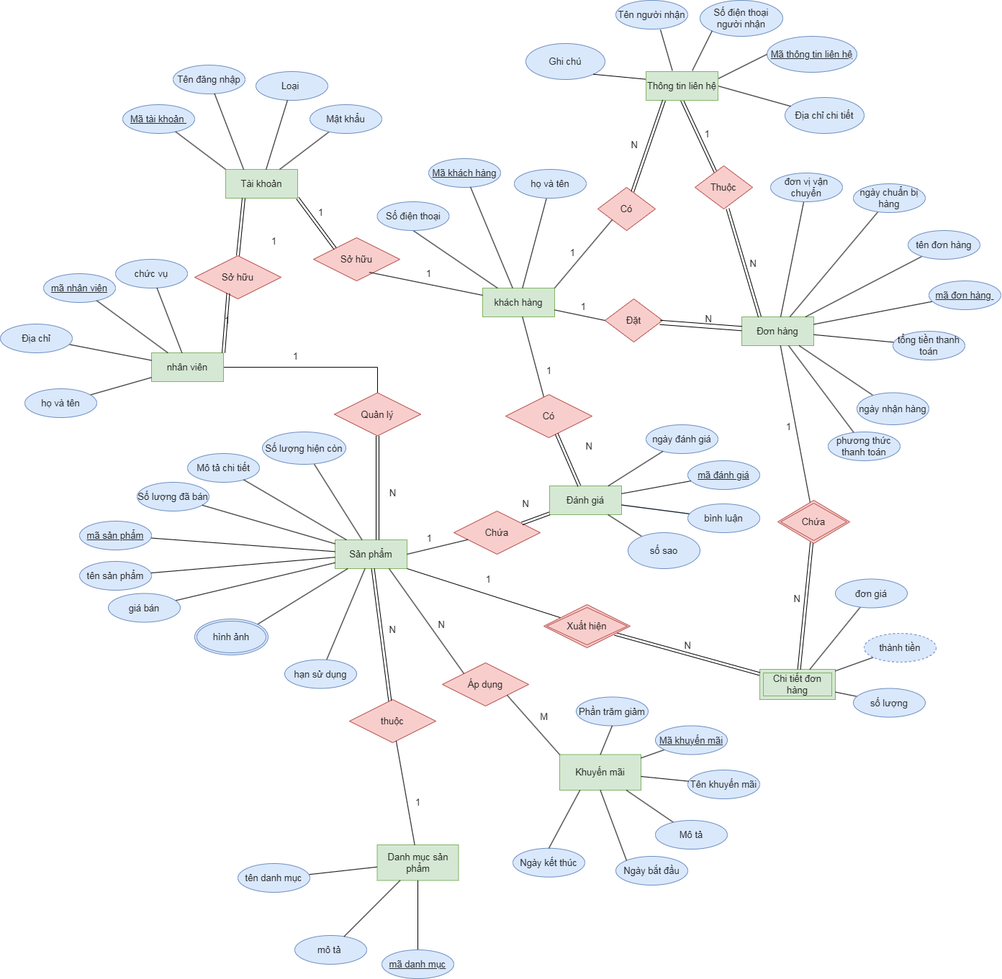
Before: erd.drawio.png, a diagram exported from draw.io (weinguyen/SieuThiDuyGo). Source tidied: cells renumbered, new cells last; positions are measured from the earlier drawing's top-left corner, leaving out a move shared by most shapes.
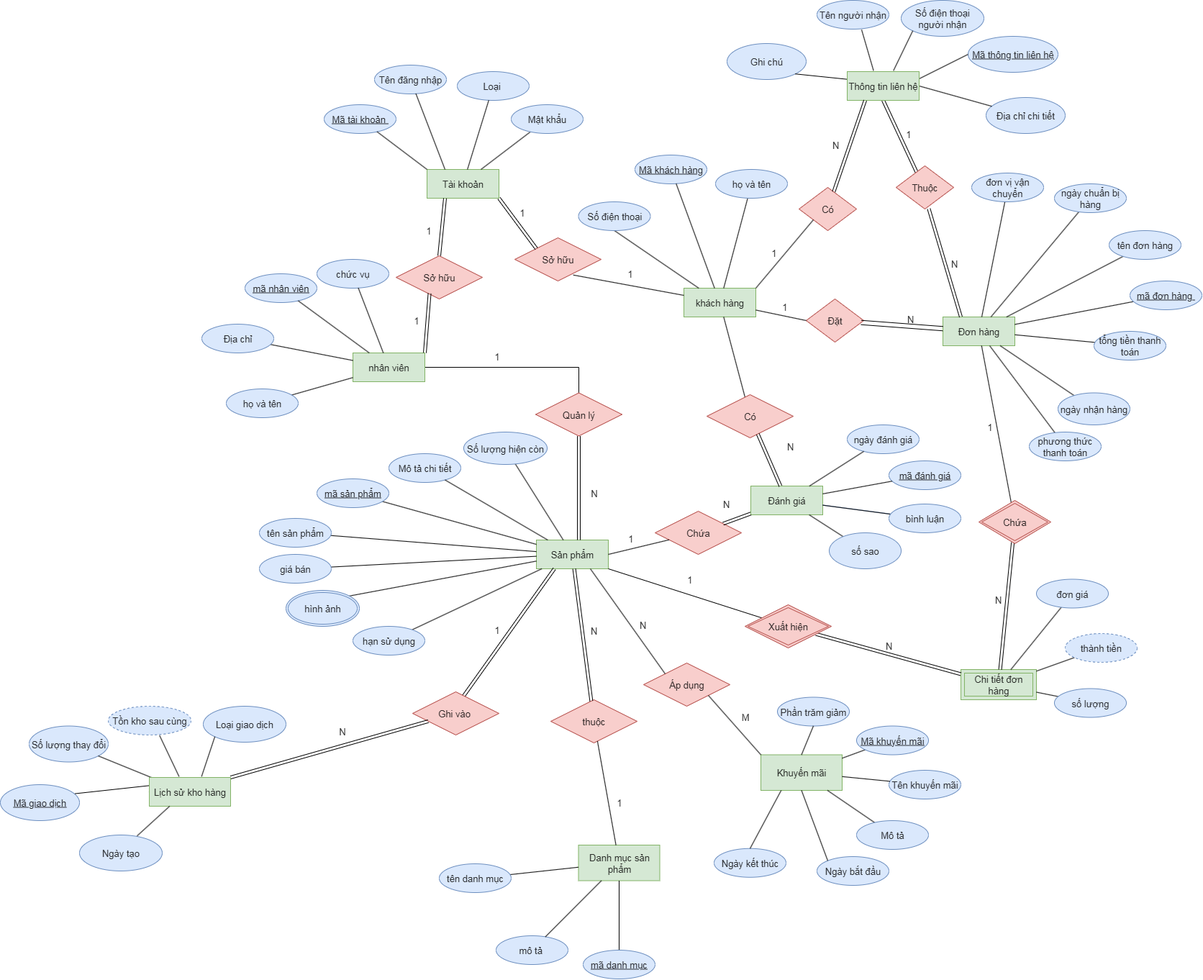
After the change.

Change to the diagram source:
```diff
@@ -12,7 +12,7 @@
       <mxGeometry x="523.5" y="1174" width="113" height="49.5" as="geometry" />
     </mxCell>
     <mxCell id="5" value="&lt;u&gt;Mã khách hàng&lt;/u&gt;" style="ellipse;whiteSpace=wrap;html=1;align=center;fillColor=#dae8fc;strokeColor=#6c8ebf;fontSize=13;textOpacity=80;spacingTop=0;" parent="1" vertex="1">
-      <mxGeometry x="595" y="220" width="100" height="40" as="geometry" />
+      <mxGeometry x="602" y="215" width="100" height="40" as="geometry" />
     </mxCell>
     <mxCell id="6" style="endArrow=none;html=1;rounded=0;fontSize=13;textOpacity=80;spacingTop=0;" parent="1" edge="1" source="5" target="2">
       <mxGeometry relative="1" as="geometry" />
@@ -51,7 +51,7 @@
       <mxGeometry relative="1" as="geometry" />
     </mxCell>
     <mxCell id="18" value="&lt;u&gt;mã sản phẩm&lt;/u&gt;" style="ellipse;whiteSpace=wrap;html=1;align=center;fillColor=#dae8fc;strokeColor=#6c8ebf;fontSize=13;textOpacity=80;spacingTop=0;" parent="1" vertex="1">
-      <mxGeometry x="110" y="724" width="100" height="40" as="geometry" />
+      <mxGeometry x="160" y="665" width="100" height="40" as="geometry" />
     </mxCell>
     <mxCell id="19" value="Mô tả chi tiết" style="ellipse;whiteSpace=wrap;html=1;align=center;fillColor=#dae8fc;strokeColor=#6c8ebf;fontSize=13;textOpacity=80;spacingTop=0;" parent="1" vertex="1">
       <mxGeometry x="260" y="630" width="100" height="40" as="geometry" />
@@ -63,7 +63,7 @@
       <mxGeometry relative="1" as="geometry" />
     </mxCell>
     <mxCell id="22" value="tên sản phẩm" style="ellipse;whiteSpace=wrap;html=1;align=center;fillColor=#dae8fc;strokeColor=#6c8ebf;fontSize=13;textOpacity=80;spacingTop=0;" parent="1" vertex="1">
-      <mxGeometry x="110" y="780" width="100" height="40" as="geometry" />
+      <mxGeometry x="80" y="720" width="100" height="40" as="geometry" />
     </mxCell>
     <mxCell id="23" style="endArrow=none;html=1;rounded=0;fontSize=13;textOpacity=80;spacingTop=0;" parent="1" edge="1" source="3" target="24">
       <mxGeometry relative="1" as="geometry" />
@@ -75,7 +75,7 @@
       <mxGeometry relative="1" as="geometry" />
     </mxCell>
     <mxCell id="26" value="giá bán" style="ellipse;whiteSpace=wrap;html=1;align=center;fillColor=#dae8fc;strokeColor=#6c8ebf;fontSize=13;textOpacity=80;spacingTop=0;" parent="1" vertex="1">
-      <mxGeometry x="150" y="824.5" width="100" height="40" as="geometry" />
+      <mxGeometry x="80" y="770" width="100" height="40" as="geometry" />
     </mxCell>
     <mxCell id="27" style="endArrow=none;html=1;rounded=0;fontSize=13;textOpacity=80;spacingTop=0;" parent="1" edge="1" source="28" target="11">
       <mxGeometry relative="1" as="geometry" />
@@ -110,12 +110,6 @@
     <mxCell id="37" value="đơn vị vận chuyển" style="ellipse;whiteSpace=wrap;html=1;align=center;fillColor=#dae8fc;strokeColor=#6c8ebf;fontSize=13;textOpacity=80;spacingTop=0;" parent="1" vertex="1">
       <mxGeometry x="1070" y="240" width="100" height="40" as="geometry" />
     </mxCell>
-    <mxCell id="38" value="Số lượng đã bán" style="ellipse;whiteSpace=wrap;html=1;align=center;fillColor=#dae8fc;strokeColor=#6c8ebf;fontSize=13;textOpacity=80;spacingTop=0;" parent="1" vertex="1">
-      <mxGeometry x="190" y="670" width="100" height="40" as="geometry" />
-    </mxCell>
-    <mxCell id="39" style="endArrow=none;html=1;rounded=0;fontSize=13;textOpacity=80;spacingTop=0;" parent="1" edge="1" source="3" target="38">
-      <mxGeometry relative="1" as="geometry" />
-    </mxCell>
     <mxCell id="40" style="endArrow=none;html=1;rounded=0;fontSize=13;textOpacity=80;entryX=1;entryY=0;entryDx=0;entryDy=0;spacingTop=0;" parent="1" edge="1" source="3" target="89">
       <mxGeometry relative="1" as="geometry" />
     </mxCell>
@@ -123,7 +117,7 @@
       <mxGeometry relative="1" as="geometry" />
     </mxCell>
     <mxCell id="42" value="hạn sử dụng" style="ellipse;whiteSpace=wrap;html=1;align=center;fillColor=#dae8fc;strokeColor=#6c8ebf;fontSize=13;textOpacity=80;spacingTop=0;" parent="1" vertex="1">
-      <mxGeometry x="395" y="916.5" width="100" height="40" as="geometry" />
+      <mxGeometry x="210" y="870" width="100" height="40" as="geometry" />
     </mxCell>
     <mxCell id="43" value="Đánh giá" style="whiteSpace=wrap;html=1;align=center;fillColor=#d5e8d4;strokeColor=#82b366;fontSize=13;textOpacity=80;spacingTop=0;" parent="1" vertex="1">
       <mxGeometry x="763" y="675" width="100" height="40" as="geometry" />
@@ -243,9 +237,6 @@
         <mxPoint x="19" y="-45" as="offset" />
       </mxGeometry>
     </mxCell>
-    <mxCell id="79" value="1" style="text;html=1;align=center;verticalAlign=middle;strokeColor=none;fillColor=none;fontSize=13;textOpacity=80;spacingTop=0;" parent="1" vertex="1">
-      <mxGeometry x="747" y="500" width="30" height="30" as="geometry" />
-    </mxCell>
     <mxCell id="80" style="endArrow=none;html=1;rounded=0;fontSize=13;startSize=8;endSize=8;curved=1;textOpacity=80;exitX=1;exitY=1;exitDx=0;exitDy=0;spacingTop=0;" parent="1" edge="1" source="3" target="83">
       <mxGeometry relative="1" as="geometry" />
     </mxCell>
@@ -276,7 +267,7 @@
       <mxGeometry x="1200" y="880" width="100" height="40" as="geometry" />
     </mxCell>
     <mxCell id="89" value="hình ảnh" style="ellipse;shape=doubleEllipse;margin=3;whiteSpace=wrap;html=1;align=center;fillColor=#dae8fc;strokeColor=#6c8ebf;fontSize=13;textOpacity=80;spacingTop=0;" parent="1" vertex="1">
-      <mxGeometry x="270" y="860" width="102" height="50" as="geometry" />
+      <mxGeometry x="117" y="820" width="102" height="50" as="geometry" />
     </mxCell>
     <mxCell id="90" style="edgeStyle=orthogonalEdgeStyle;rounded=0;jettySize=auto;html=1;endArrow=none;startFill=0;fontSize=13;spacingTop=0;" parent="1" edge="1" source="91" target="99">
       <mxGeometry relative="1" as="geometry" />
@@ -356,10 +347,10 @@
       <mxGeometry relative="1" as="geometry" />
     </mxCell>
     <mxCell id="114" value="1" style="text;html=1;align=center;verticalAlign=middle;strokeColor=none;fillColor=none;fontSize=13;textOpacity=80;spacingTop=0;" parent="1" vertex="1">
-      <mxGeometry x="300" y="430" width="30" height="30" as="geometry" />
+      <mxGeometry x="283" y="430" width="30" height="30" as="geometry" />
     </mxCell>
     <mxCell id="115" value="1" style="text;html=1;align=center;verticalAlign=middle;strokeColor=none;fillColor=none;fontSize=13;textOpacity=80;spacingTop=0;" parent="1" vertex="1">
-      <mxGeometry x="365" y="320" width="30" height="30" as="geometry" />
+      <mxGeometry x="300" y="305" width="30" height="30" as="geometry" />
     </mxCell>
     <mxCell id="116" value="1" style="text;html=1;align=center;verticalAlign=middle;strokeColor=none;fillColor=none;fontSize=13;textOpacity=80;spacingTop=0;" parent="1" vertex="1">
       <mxGeometry x="395" y="480" width="30" height="30" as="geometry" />
@@ -370,7 +361,7 @@
     <mxCell id="118" style="endArrow=none;html=1;rounded=0;entryX=0;entryY=0;entryDx=0;entryDy=0;exitX=1;exitY=1;exitDx=0;exitDy=0;shape=link;fontSize=13;spacingTop=0;" parent="1" edge="1" source="101" target="111">
       <mxGeometry relative="1" as="geometry" />
     </mxCell>
-    <mxCell id="119" style="endArrow=none;html=1;rounded=0;entryX=0;entryY=0.25;entryDx=0;entryDy=0;exitX=0.646;exitY=0.801;exitDx=0;exitDy=0;exitPerimeter=0;startFill=0;fontSize=13;spacingTop=0;" parent="1" edge="1" source="111" target="2">
+    <mxCell id="119" style="endArrow=none;html=1;rounded=0;entryX=0;entryY=0.25;entryDx=0;entryDy=0;exitX=0.677;exitY=0.862;exitDx=0;exitDy=0;exitPerimeter=0;startFill=0;fontSize=13;spacingTop=0;" parent="1" edge="1" source="111" target="2">
       <mxGeometry relative="1" as="geometry" />
     </mxCell>
     <mxCell id="120" value="1" style="text;html=1;align=center;verticalAlign=middle;strokeColor=none;fillColor=none;fontSize=13;textOpacity=80;spacingTop=0;" parent="1" vertex="1">
@@ -536,5 +527,60 @@
         <mxPoint x="14" y="25" as="offset" />
       </mxGeometry>
     </mxCell>
+    <mxCell id="167" value="Tồn kho sau cùng" style="ellipse;whiteSpace=wrap;html=1;align=center;fillColor=#dae8fc;strokeColor=#6c8ebf;fontSize=13;textOpacity=80;spacingTop=0;dashed=1;" parent="1" vertex="1">
+      <mxGeometry x="-130" y="981" width="115" height="40" as="geometry" />
+    </mxCell>
+    <mxCell id="168" value="Loại giao dịch" style="ellipse;whiteSpace=wrap;html=1;align=center;fillColor=#dae8fc;strokeColor=#6c8ebf;fontSize=13;textOpacity=80;spacingTop=0;" parent="1" vertex="1">
+      <mxGeometry x="2" y="981" width="115" height="50" as="geometry" />
+    </mxCell>
+    <mxCell id="169" value="Số lượng thay đổi" style="ellipse;whiteSpace=wrap;html=1;align=center;fillColor=#dae8fc;strokeColor=#6c8ebf;fontSize=13;textOpacity=80;spacingTop=0;" parent="1" vertex="1">
+      <mxGeometry x="-240" y="1008.5" width="110" height="50" as="geometry" />
+    </mxCell>
+    <mxCell id="170" value="Mã giao dịch" style="ellipse;whiteSpace=wrap;html=1;align=center;fillColor=#dae8fc;strokeColor=#6c8ebf;fontSize=13;textOpacity=80;spacingTop=0;fontStyle=4;" parent="1" vertex="1">
+      <mxGeometry x="-280" y="1090" width="110" height="50" as="geometry" />
+    </mxCell>
+    <mxCell id="171" style="endArrow=none;html=1;rounded=0;fontSize=13;spacingTop=0;exitX=0.097;exitY=0.084;exitDx=0;exitDy=0;exitPerimeter=0;" parent="1" edge="1" source="175" target="169">
+      <mxGeometry relative="1" as="geometry" />
+    </mxCell>
+    <mxCell id="172" style="endArrow=none;html=1;rounded=0;exitX=0.643;exitY=-0.033;exitDx=0;exitDy=0;entryX=0;entryY=1;entryDx=0;entryDy=0;fontSize=13;spacingTop=0;exitPerimeter=0;" parent="1" edge="1" source="175" target="168">
+      <mxGeometry relative="1" as="geometry" />
+    </mxCell>
+    <mxCell id="173" style="endArrow=none;html=1;rounded=0;exitX=0.366;exitY=-0.033;exitDx=0;exitDy=0;entryX=0.62;entryY=1.019;entryDx=0;entryDy=0;entryPerimeter=0;fontSize=13;spacingTop=0;exitPerimeter=0;" parent="1" edge="1" source="175" target="167">
+      <mxGeometry relative="1" as="geometry" />
+    </mxCell>
+    <mxCell id="174" style="endArrow=none;html=1;rounded=0;exitX=0.943;exitY=0.251;exitDx=0;exitDy=0;entryX=0;entryY=0.5;entryDx=0;entryDy=0;fontSize=13;spacingTop=0;exitPerimeter=0;" parent="1" edge="1" source="170" target="175">
+      <mxGeometry relative="1" as="geometry">
+        <Array as="points">
+          <mxPoint x="-70" y="1091" />
+        </Array>
+      </mxGeometry>
+    </mxCell>
+    <mxCell id="175" value="Lịch sử kho hàng" style="whiteSpace=wrap;html=1;align=center;fillColor=#d5e8d4;strokeColor=#82b366;fontSize=13;textOpacity=80;spacingTop=0;" parent="1" vertex="1">
+      <mxGeometry x="-73" y="1080" width="113" height="40" as="geometry" />
+    </mxCell>
+    <mxCell id="176" style="edgeStyle=orthogonalEdgeStyle;rounded=0;orthogonalLoop=1;jettySize=auto;html=1;exitX=0.5;exitY=1;exitDx=0;exitDy=0;" parent="1" edge="1" source="168" target="168">
+      <mxGeometry relative="1" as="geometry" />
+    </mxCell>
+    <mxCell id="177" style="endArrow=none;html=1;rounded=0;fontSize=13;textOpacity=80;spacingTop=0;exitX=0.25;exitY=1;exitDx=0;exitDy=0;entryX=0.584;entryY=0.115;entryDx=0;entryDy=0;entryPerimeter=0;shape=link;" parent="1" edge="1" source="3" target="178">
+      <mxGeometry relative="1" as="geometry" />
+    </mxCell>
+    <mxCell id="178" value="Ghi vào&amp;nbsp;" style="shape=rhombus;perimeter=rhombusPerimeter;whiteSpace=wrap;html=1;align=center;fillColor=#f8cecc;strokeColor=#b85450;fontSize=13;textOpacity=80;spacingTop=0;" parent="1" vertex="1">
+      <mxGeometry x="293" y="961" width="120" height="60" as="geometry" />
+    </mxCell>
+    <mxCell id="179" style="endArrow=none;html=1;rounded=0;fontSize=13;textOpacity=80;spacingTop=0;entryX=1;entryY=0;entryDx=0;entryDy=0;shape=link;" parent="1" edge="1" source="178" target="175">
+      <mxGeometry relative="1" as="geometry" />
+    </mxCell>
+    <mxCell id="79" value="1" style="text;html=1;align=center;verticalAlign=middle;strokeColor=none;fillColor=none;fontSize=13;textOpacity=80;spacingTop=0;" parent="1" vertex="1">
+      <mxGeometry x="395" y="860" width="30" height="30" as="geometry" />
+    </mxCell>
+    <mxCell id="180" value="N" style="text;html=1;align=center;verticalAlign=middle;strokeColor=none;fillColor=none;fontSize=13;textOpacity=80;spacingTop=0;" parent="1" vertex="1">
+      <mxGeometry x="180" y="1001" width="30" height="30" as="geometry" />
+    </mxCell>
+    <mxCell id="181" value="Ngày tạo" style="ellipse;whiteSpace=wrap;html=1;align=center;fillColor=#dae8fc;strokeColor=#6c8ebf;fontSize=13;textOpacity=80;spacingTop=0;" parent="1" vertex="1">
+      <mxGeometry x="-170" y="1160" width="115" height="50" as="geometry" />
+    </mxCell>
+    <mxCell id="182" style="endArrow=none;html=1;rounded=0;fontSize=13;spacingTop=0;exitX=0.25;exitY=1;exitDx=0;exitDy=0;entryX=0.696;entryY=0.025;entryDx=0;entryDy=0;entryPerimeter=0;" parent="1" edge="1" source="175" target="181">
+      <mxGeometry relative="1" as="geometry" />
+    </mxCell>
   </root>
 </mxGraphModel>
```
